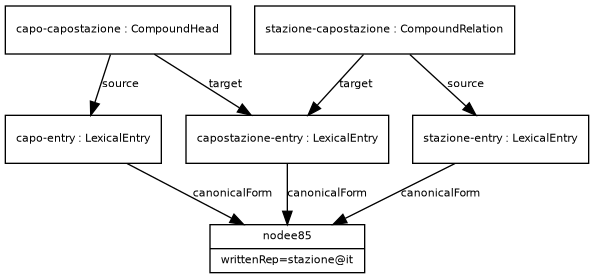
Before: examples/example_18.png, a diagram exported from Graphviz (ontolex/morph). Its source is kept beside it as examples/example_18.dot.
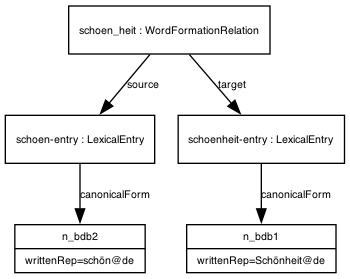
After the change.

Change to the diagram source:
```diff
@@ -13,19 +13,13 @@
       fontsize = 8
     ]
 
-nodee85 [ label="{nodee85|writtenRep=capo@it}" ]
-capoentry -> nodee85 [ label="canonicalForm" ]
-capoentry [ label="{capo-entry : LexicalEntry}" ]
-capocapostazione -> capoentry [ label="source" ]
-nodee85 [ label="{nodee85|writtenRep=capostazione@it}" ]
-capostazioneentry -> nodee85 [ label="canonicalForm" ]
-capostazioneentry [ label="{capostazione-entry : LexicalEntry}" ]
-capocapostazione -> capostazioneentry [ label="target" ]
-capocapostazione [ label="{capo-capostazione : CompoundHead}" ]
-nodee85 [ label="{nodee85|writtenRep=stazione@it}" ]
-stazioneentry -> nodee85 [ label="canonicalForm" ]
-stazioneentry [ label="{stazione-entry : LexicalEntry}" ]
-stazionecapostazione -> stazioneentry [ label="source" ]
-stazionecapostazione -> capostazioneentry [ label="target" ]
-stazionecapostazione [ label="{stazione-capostazione : CompoundRelation}" ]
+n_bdb2 [ label="{n_bdb2|writtenRep=schön@de}" ]
+schoenentry -> n_bdb2 [ label="canonicalForm" ]
+schoenentry [ label="{schoen-entry : LexicalEntry}" ]
+schoen_heit -> schoenentry [ label="source" ]
+n_bdb1 [ label="{n_bdb1|writtenRep=Schönheit@de}" ]
+schoenheitentry -> n_bdb1 [ label="canonicalForm" ]
+schoenheitentry [ label="{schoenheit-entry : LexicalEntry}" ]
+schoen_heit -> schoenheitentry [ label="target" ]
+schoen_heit [ label="{schoen_heit : WordFormationRelation}" ]
 }
```
